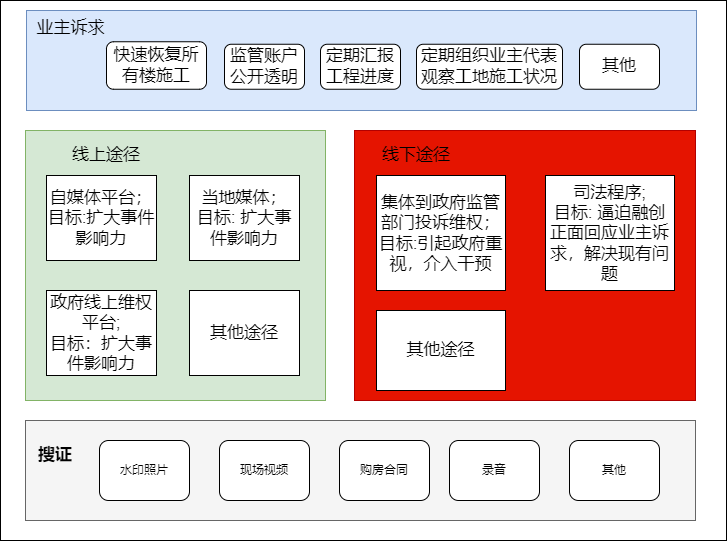
Above: rcyhcyDK6-safeguardRights.png in GitHeP/diagrams (draw.io), before the change. Source tidied: cells renumbered, new cells last; positions are measured from the earlier drawing's top-left corner, leaving out a move shared by most shapes. Source of this version:
```xml
<mxGraphModel>
  <root>
    <mxCell id="0" />
    <mxCell id="1" parent="0" />
    <mxCell id="2" style="rounded=0;whiteSpace=wrap;html=1;" parent="1" vertex="1">
      <mxGeometry width="726" height="540" as="geometry" />
    </mxCell>
    <mxCell id="3" style="rounded=0;whiteSpace=wrap;html=1;fillColor=#f5f5f5;fontColor=#333333;strokeColor=#666666;" parent="1" vertex="1">
      <mxGeometry x="25" y="420" width="670" height="100" as="geometry" />
    </mxCell>
    <mxCell id="4" value="水印照片" style="rounded=1;whiteSpace=wrap;html=1;" parent="1" vertex="1">
      <mxGeometry x="99" y="440" width="90" height="60" as="geometry" />
    </mxCell>
    <mxCell id="5" value="现场视频" style="rounded=1;whiteSpace=wrap;html=1;" parent="1" vertex="1">
      <mxGeometry x="219" y="440" width="90" height="60" as="geometry" />
    </mxCell>
    <mxCell id="6" value="购房合同" style="rounded=1;whiteSpace=wrap;html=1;" parent="1" vertex="1">
      <mxGeometry x="339" y="440" width="90" height="60" as="geometry" />
    </mxCell>
    <mxCell id="7" value="录音" style="rounded=1;whiteSpace=wrap;html=1;" parent="1" vertex="1">
      <mxGeometry x="449" y="440" width="90" height="60" as="geometry" />
    </mxCell>
    <mxCell id="8" value="其他" style="rounded=1;whiteSpace=wrap;html=1;" parent="1" vertex="1">
      <mxGeometry x="569" y="440" width="90" height="60" as="geometry" />
    </mxCell>
    <mxCell id="9" value="&lt;b&gt;&lt;font style=&quot;font-size: 17px;&quot;&gt;搜证&lt;/font&gt;&lt;/b&gt;" style="text;html=1;strokeColor=none;fillColor=none;align=center;verticalAlign=middle;whiteSpace=wrap;rounded=0;" parent="1" vertex="1">
      <mxGeometry x="25" y="440" width="60" height="30" as="geometry" />
    </mxCell>
    <mxCell id="10" style="rounded=0;whiteSpace=wrap;html=1;fontSize=17;fillColor=#d5e8d4;strokeColor=#82b366;" parent="1" vertex="1">
      <mxGeometry x="25" y="130" width="300" height="270" as="geometry" />
    </mxCell>
    <mxCell id="11" value="自媒体平台；&lt;br&gt;目标:扩大事件影响力" style="rounded=0;whiteSpace=wrap;html=1;fontSize=17;" parent="1" vertex="1">
      <mxGeometry x="46" y="175" width="110" height="85" as="geometry" />
    </mxCell>
    <mxCell id="12" value="当地媒体；&lt;br&gt;目标: 扩大事件影响力" style="rounded=0;whiteSpace=wrap;html=1;fontSize=17;" parent="1" vertex="1">
      <mxGeometry x="189" y="175" width="110" height="85" as="geometry" />
    </mxCell>
    <mxCell id="13" value="政府线上维权平台;&lt;br&gt;目标：扩大事件影响力" style="rounded=0;whiteSpace=wrap;html=1;fontSize=17;" parent="1" vertex="1">
      <mxGeometry x="46" y="290" width="110" height="85" as="geometry" />
    </mxCell>
    <mxCell id="14" value="其他途径" style="rounded=0;whiteSpace=wrap;html=1;fontSize=17;" parent="1" vertex="1">
      <mxGeometry x="189" y="290" width="110" height="85" as="geometry" />
    </mxCell>
    <mxCell id="15" value="线上途径" style="text;html=1;strokeColor=none;fillColor=none;align=center;verticalAlign=middle;whiteSpace=wrap;rounded=0;fontSize=17;" parent="1" vertex="1">
      <mxGeometry x="66" y="140" width="80" height="30" as="geometry" />
    </mxCell>
    <mxCell id="16" style="rounded=0;whiteSpace=wrap;html=1;fontSize=17;fillColor=#e51400;fontColor=#ffffff;strokeColor=#B20000;" parent="1" vertex="1">
      <mxGeometry x="354" y="130" width="341" height="270" as="geometry" />
    </mxCell>
    <mxCell id="17" value="集体到政府监管部门投诉维权；&lt;br&gt;目标:引起政府重视，介入干预" style="rounded=0;whiteSpace=wrap;html=1;fontSize=17;align=center;" parent="1" vertex="1">
      <mxGeometry x="376" y="175" width="129" height="115" as="geometry" />
    </mxCell>
    <mxCell id="18" value="线下途径" style="text;html=1;strokeColor=none;fillColor=none;align=center;verticalAlign=middle;whiteSpace=wrap;rounded=0;fontSize=17;" parent="1" vertex="1">
      <mxGeometry x="376" y="140" width="80" height="30" as="geometry" />
    </mxCell>
    <mxCell id="19" value="&lt;div style=&quot;&quot;&gt;&lt;span style=&quot;background-color: initial;&quot;&gt;司法程序;&lt;/span&gt;&lt;/div&gt;&lt;div style=&quot;&quot;&gt;目标: 逼迫融创正面回应业主诉求，解决现有问题&lt;/div&gt;" style="rounded=0;whiteSpace=wrap;html=1;fontSize=17;align=center;" parent="1" vertex="1">
      <mxGeometry x="545" y="175" width="129" height="115" as="geometry" />
    </mxCell>
    <mxCell id="20" value="其他途径" style="rounded=0;whiteSpace=wrap;html=1;fontSize=17;align=center;" parent="1" vertex="1">
      <mxGeometry x="376" y="310" width="129" height="80" as="geometry" />
    </mxCell>
    <mxCell id="21" style="rounded=0;whiteSpace=wrap;html=1;fontSize=17;fillColor=#dae8fc;strokeColor=#6c8ebf;" parent="1" vertex="1">
      <mxGeometry x="26" y="10" width="670" height="100" as="geometry" />
    </mxCell>
    <mxCell id="22" value="监管账户公开透明" style="rounded=1;whiteSpace=wrap;html=1;fontSize=17;" parent="1" vertex="1">
      <mxGeometry x="224" y="43.8" width="80" height="45" as="geometry" />
    </mxCell>
    <mxCell id="23" value="快速恢复所有楼施工" style="rounded=1;whiteSpace=wrap;html=1;fontSize=17;" parent="1" vertex="1">
      <mxGeometry x="106" y="41.2" width="100" height="47.5" as="geometry" />
    </mxCell>
    <mxCell id="24" value="定期汇报工程进度" style="rounded=1;whiteSpace=wrap;html=1;fontSize=17;" parent="1" vertex="1">
      <mxGeometry x="320" y="43.8" width="80" height="45" as="geometry" />
    </mxCell>
    <mxCell id="25" value="定期组织业主代表观察工地施工状况" style="rounded=1;whiteSpace=wrap;html=1;fontSize=17;" parent="1" vertex="1">
      <mxGeometry x="416" y="43.8" width="146" height="45" as="geometry" />
    </mxCell>
    <mxCell id="26" value="业主诉求" style="text;html=1;strokeColor=none;fillColor=none;align=center;verticalAlign=middle;whiteSpace=wrap;rounded=0;fontSize=17;" parent="1" vertex="1">
      <mxGeometry x="35" y="12.5" width="71" height="30" as="geometry" />
    </mxCell>
    <mxCell id="27" value="其他" style="rounded=1;whiteSpace=wrap;html=1;fontSize=17;" parent="1" vertex="1">
      <mxGeometry x="579" y="43.8" width="80" height="45" as="geometry" />
    </mxCell>
  </root>
</mxGraphModel>
```
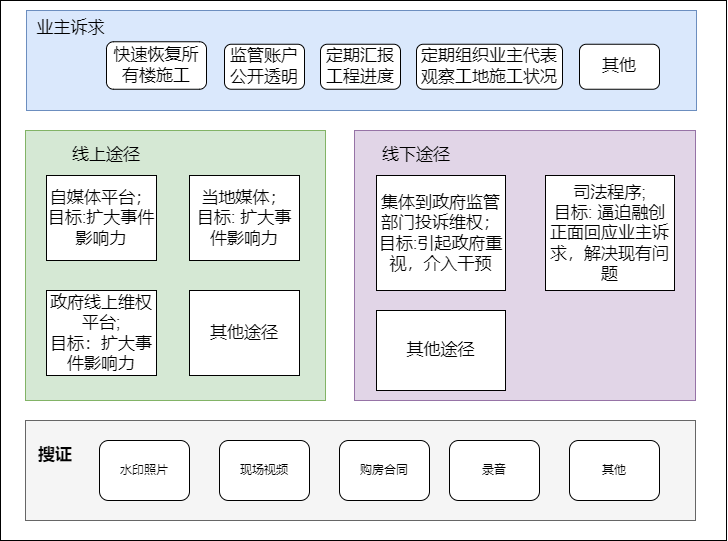
The same diagram one commit later.

Change to the diagram source:
```diff
@@ -44,7 +44,7 @@
     <mxCell id="15" value="线上途径" style="text;html=1;strokeColor=none;fillColor=none;align=center;verticalAlign=middle;whiteSpace=wrap;rounded=0;fontSize=17;" parent="1" vertex="1">
       <mxGeometry x="66" y="140" width="80" height="30" as="geometry" />
     </mxCell>
-    <mxCell id="16" style="rounded=0;whiteSpace=wrap;html=1;fontSize=17;fillColor=#e51400;fontColor=#ffffff;strokeColor=#B20000;" parent="1" vertex="1">
+    <mxCell id="16" style="rounded=0;whiteSpace=wrap;html=1;fontSize=17;fillColor=#e1d5e7;strokeColor=#9673a6;" parent="1" vertex="1">
       <mxGeometry x="354" y="130" width="341" height="270" as="geometry" />
     </mxCell>
     <mxCell id="17" value="集体到政府监管部门投诉维权；&lt;br&gt;目标:引起政府重视，介入干预" style="rounded=0;whiteSpace=wrap;html=1;fontSize=17;align=center;" parent="1" vertex="1">
```
